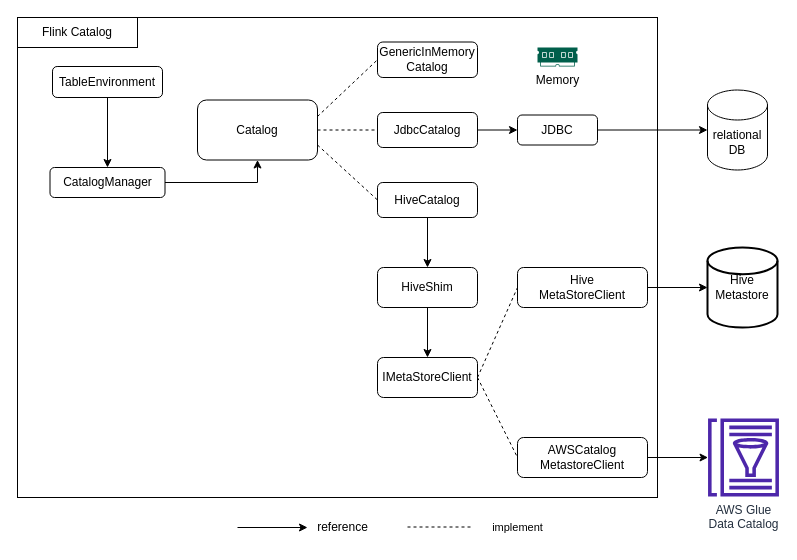
Above: Flink Glue Architecture.drawio in leejianwei/aws-diagram (draw.io), before the change. Source tidied: cells renumbered, new cells numbered last; positions are measured from the earlier drawing's top-left corner, leaving out a move shared by most shapes. Both pictures are drawn from the tidied source at 100%, with x=0, y=0 at pixel (17, 17). Pictures stored in the file or linked from it are replaced by grey dashed boxes.
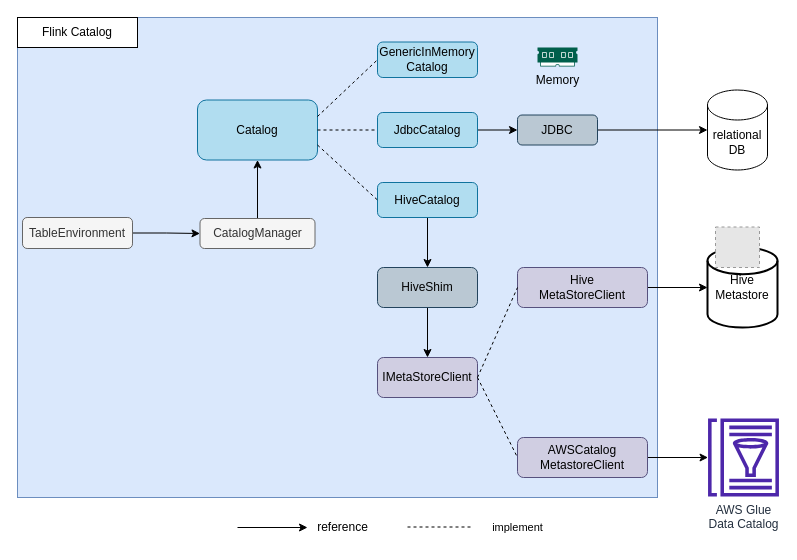
The same page after the edit.

Change to the diagram source:
```diff
@@
-    <mxCell id="2" style="rounded=0;whiteSpace=wrap;html=1;align=left;" parent="1" vertex="1">
+    <mxCell id="2" style="rounded=0;whiteSpace=wrap;html=1;align=left;fillColor=#dae8fc;strokeColor=#6c8ebf;" parent="1" vertex="1">
       <mxGeometry width="640" height="480" as="geometry" />
     </mxCell>
-    <mxCell id="3" style="edgeStyle=orthogonalEdgeStyle;rounded=0;jettySize=auto;html=1;exitX=0.5;exitY=1;exitDx=0;exitDy=0;entryX=0.5;entryY=0;entryDx=0;entryDy=0;fontColor=none;" parent="1" edge="1" source="4" target="6">
+    <mxCell id="3" style="edgeStyle=orthogonalEdgeStyle;rounded=0;jettySize=auto;html=1;exitX=1;exitY=0.5;exitDx=0;exitDy=0;entryX=0;entryY=0.5;entryDx=0;entryDy=0;fontColor=none;" parent="1" edge="1" source="4" target="6">
       <mxGeometry relative="1" as="geometry" />
     </mxCell>
-    <mxCell id="4" value="TableEnvironment" style="rounded=1;whiteSpace=wrap;html=1;" parent="1" vertex="1">
-      <mxGeometry x="35" y="49" width="110" height="31" as="geometry" />
+    <mxCell id="4" value="TableEnvironment" style="rounded=1;whiteSpace=wrap;html=1;fillColor=#f5f5f5;fontColor=#333333;strokeColor=#666666;" parent="1" vertex="1">
+      <mxGeometry x="5" y="200" width="110" height="31" as="geometry" />
     </mxCell>
@@
-    <mxCell id="6" value="CatalogManager" style="rounded=1;whiteSpace=wrap;html=1;" parent="1" vertex="1">
-      <mxGeometry x="32.5" y="150" width="115" height="30" as="geometry" />
+    <mxCell id="6" value="CatalogManager" style="rounded=1;whiteSpace=wrap;html=1;fillColor=#f5f5f5;fontColor=#333333;strokeColor=#666666;" parent="1" vertex="1">
+      <mxGeometry x="182.5" y="201" width="115" height="30" as="geometry" />
     </mxCell>
-    <mxCell id="7" value="Catalog" style="rounded=1;whiteSpace=wrap;html=1;" parent="1" vertex="1">
+    <mxCell id="7" value="Catalog" style="rounded=1;whiteSpace=wrap;html=1;fillColor=#b1ddf0;strokeColor=#10739e;" parent="1" vertex="1">
       <mxGeometry x="180" y="82.5" width="120" height="60" as="geometry" />
     </mxCell>
-    <mxCell id="8" value="GenericInMemory&lt;br&gt;Catalog" style="rounded=1;whiteSpace=wrap;html=1;" parent="1" vertex="1">
+    <mxCell id="8" value="GenericInMemory&lt;br&gt;Catalog" style="rounded=1;whiteSpace=wrap;html=1;fillColor=#b1ddf0;strokeColor=#10739e;" parent="1" vertex="1">
       <mxGeometry x="360" y="24.5" width="100" height="35.5" as="geometry" />
     </mxCell>
@@
-    <mxCell id="10" value="JdbcCatalog" style="rounded=1;whiteSpace=wrap;html=1;" parent="1" vertex="1">
+    <mxCell id="10" value="JdbcCatalog" style="rounded=1;whiteSpace=wrap;html=1;fillColor=#b1ddf0;strokeColor=#10739e;" parent="1" vertex="1">
       <mxGeometry x="360" y="95" width="100" height="35" as="geometry" />
     </mxCell>
@@
-    <mxCell id="12" value="HiveCatalog" style="rounded=1;whiteSpace=wrap;html=1;" parent="1" vertex="1">
+    <mxCell id="12" value="HiveCatalog" style="rounded=1;whiteSpace=wrap;html=1;fillColor=#b1ddf0;strokeColor=#10739e;" parent="1" vertex="1">
       <mxGeometry x="360" y="165" width="100" height="35" as="geometry" />
     </mxCell>
@@
-    <mxCell id="17" value="HiveShim" style="rounded=1;whiteSpace=wrap;html=1;fontColor=none;" parent="1" vertex="1">
+    <mxCell id="17" value="HiveShim" style="rounded=1;whiteSpace=wrap;html=1;fillColor=#bac8d3;strokeColor=#23445d;" parent="1" vertex="1">
       <mxGeometry x="360" y="250" width="100" height="40" as="geometry" />
     </mxCell>
@@
-    <mxCell id="19" value="JDBC" style="rounded=1;whiteSpace=wrap;html=1;fontColor=none;" parent="1" vertex="1">
+    <mxCell id="19" value="JDBC" style="rounded=1;whiteSpace=wrap;html=1;fillColor=#bac8d3;strokeColor=#23445d;" parent="1" vertex="1">
       <mxGeometry x="500" y="97.5" width="80" height="30" as="geometry" />
     </mxCell>
@@
-    <mxCell id="24" value="IMetaStoreClient" style="rounded=1;whiteSpace=wrap;html=1;fontColor=none;" parent="1" vertex="1">
+    <mxCell id="24" value="IMetaStoreClient" style="rounded=1;whiteSpace=wrap;html=1;fillColor=#d0cee2;strokeColor=#56517e;" parent="1" vertex="1">
       <mxGeometry x="360" y="340" width="100" height="40" as="geometry" />
     </mxCell>
@@
-    <mxCell id="26" value="AWSCatalog&lt;br&gt;MetastoreClient" style="rounded=1;whiteSpace=wrap;html=1;fontColor=none;" parent="1" vertex="1">
+    <mxCell id="26" value="AWSCatalog&lt;br&gt;MetastoreClient" style="rounded=1;whiteSpace=wrap;html=1;fillColor=#d0cee2;strokeColor=#56517e;" parent="1" vertex="1">
       <mxGeometry x="500" y="420" width="130" height="40" as="geometry" />
     </mxCell>
@@
-    <mxCell id="28" value="Hive&lt;br&gt;MetaStoreClient" style="rounded=1;whiteSpace=wrap;html=1;fontColor=none;" parent="1" vertex="1">
+    <mxCell id="28" value="Hive&lt;br&gt;MetaStoreClient" style="rounded=1;whiteSpace=wrap;html=1;fillColor=#d0cee2;strokeColor=#56517e;" parent="1" vertex="1">
       <mxGeometry x="500" y="250" width="130" height="40" as="geometry" />
     </mxCell>
@@
+    <mxCell id="35" style="fillColor=#E6E6E6;strokeColor=#999999;dashed=1;verticalLabelPosition=bottom;labelBackgroundColor=default;verticalAlign=top;" parent="1" vertex="1">
+      <mxGeometry x="698" y="209.5" width="44" height="40.5" as="geometry" />
+    </mxCell>
```
